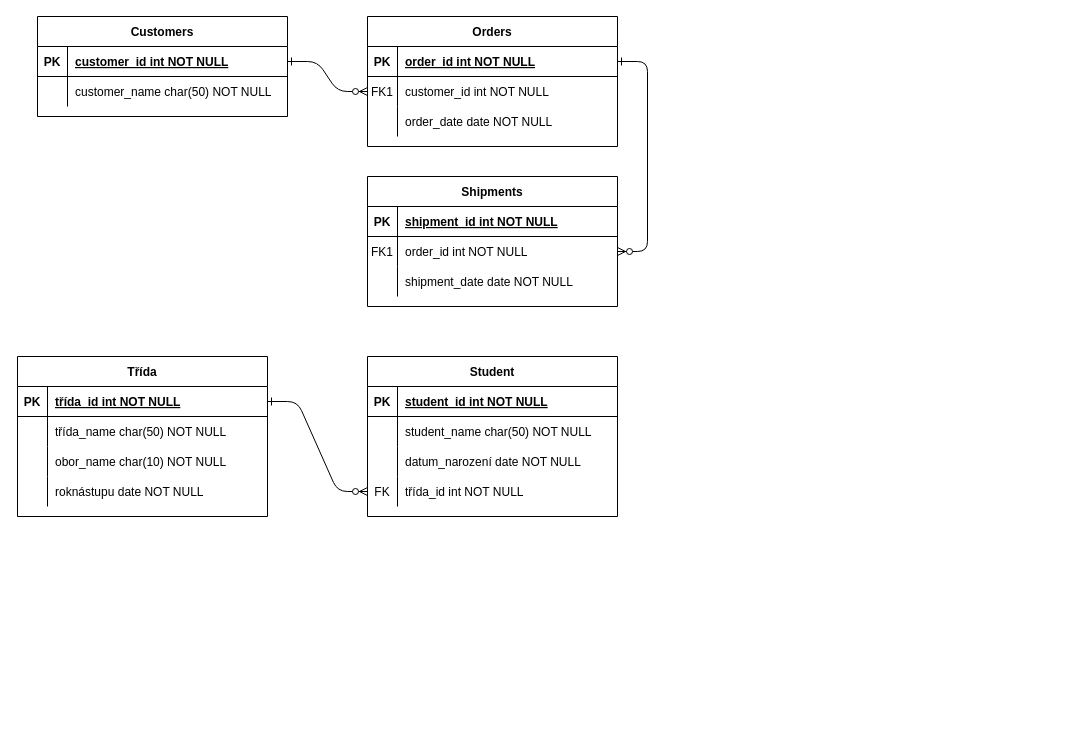
The draw.io diagram 2020_IT/Databaze/ER_diagram.drawio in JaroslavHolecek/SPS_for_students, before the edit. Source tidied: cells renumbered, new cells numbered last; positions are measured from the earlier drawing's top-left corner, leaving out a move shared by most shapes. Both pictures are drawn from the tidied source at 100%, with x=0, y=0 at pixel (17, 16).
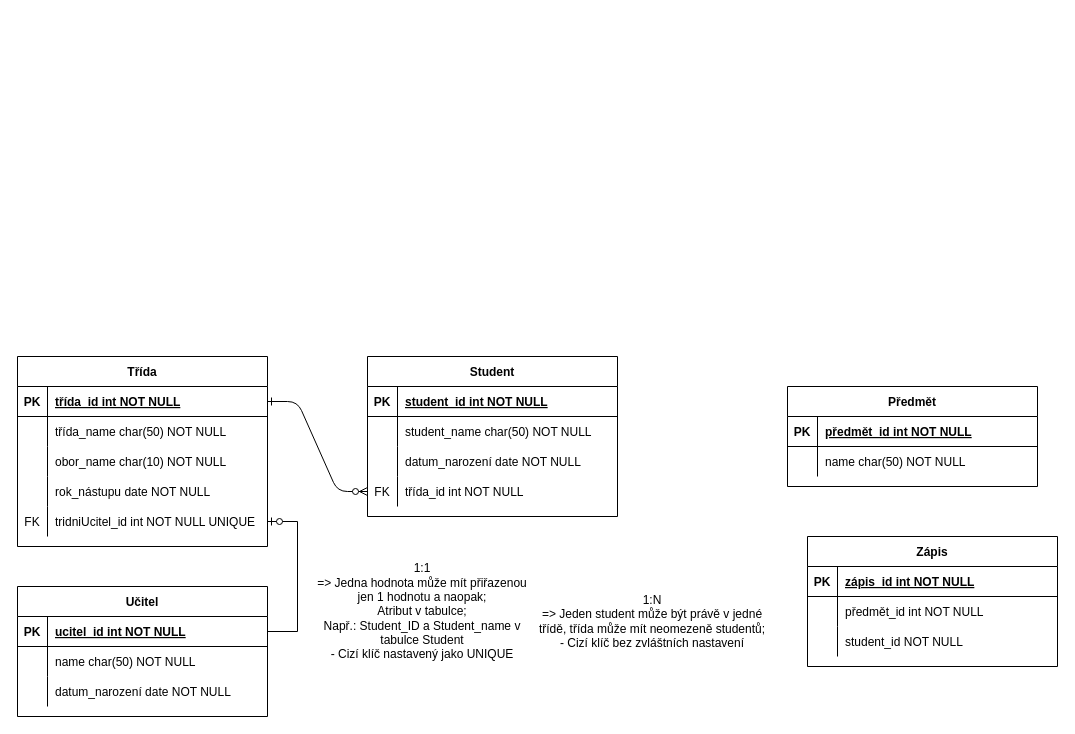
The same page after the edit.

The change refers to these unchanged cells:
```xml
<mxCell id="41" style="shape=partialRectangle;fillColor=none;top=0;left=0;right=0;bottom=0;" parent="31" vertex="1">
  <mxGeometry y="120" width="250" height="30" as="geometry" />
</mxCell>
```

The edit, as a diff of the source:
```diff
@@
-    <mxCell id="2" style="edgeStyle=entityRelationEdgeStyle;endArrow=ERzeroToMany;startArrow=ERone;endFill=1;startFill=0;" parent="1" edge="1" source="25" target="8">
-      <mxGeometry relative="1" as="geometry" />
-    </mxCell>
-    <mxCell id="3" style="edgeStyle=entityRelationEdgeStyle;endArrow=ERzeroToMany;startArrow=ERone;endFill=1;startFill=0;" parent="1" edge="1" source="5" target="18">
-      <mxGeometry relative="1" as="geometry" />
-    </mxCell>
-    <mxCell id="4" value="Orders" style="shape=table;startSize=30;childLayout=tableLayout;rowLines=0;fontStyle=1;align=center;" parent="1" vertex="1">
-      <mxGeometry x="350" width="250" height="130" as="geometry" />
-    </mxCell>
-    <mxCell id="5" style="shape=partialRectangle;fillColor=none;points=[[0,0.5],[1,0.5]];portConstraint=eastwest;top=0;left=0;right=0;bottom=1;" parent="4" vertex="1">
-      <mxGeometry y="30" width="250" height="30" as="geometry" />
-    </mxCell>
-    <mxCell id="6" value="PK" style="shape=partialRectangle;overflow=hidden;fillColor=none;top=0;left=0;bottom=0;right=0;fontStyle=1;" parent="5" vertex="1">
-      <mxGeometry width="30" height="30" as="geometry" />
-    </mxCell>
-    <mxCell id="7" value="order_id int NOT NULL " style="shape=partialRectangle;overflow=hidden;fillColor=none;top=0;left=0;bottom=0;right=0;align=left;spacingLeft=6;fontStyle=5;" parent="5" vertex="1">
-      <mxGeometry x="30" width="220" height="30" as="geometry" />
-    </mxCell>
-    <mxCell id="8" style="shape=partialRectangle;fillColor=none;points=[[0,0.5],[1,0.5]];portConstraint=eastwest;top=0;left=0;right=0;bottom=0;" parent="4" vertex="1">
-      <mxGeometry y="60" width="250" height="30" as="geometry" />
-    </mxCell>
-    <mxCell id="9" value="FK1" style="shape=partialRectangle;overflow=hidden;fillColor=none;top=0;left=0;bottom=0;right=0;" parent="8" vertex="1">
-      <mxGeometry width="30" height="30" as="geometry" />
-    </mxCell>
-    <mxCell id="10" value="customer_id int NOT NULL" style="shape=partialRectangle;overflow=hidden;fillColor=none;top=0;left=0;bottom=0;right=0;align=left;spacingLeft=6;" parent="8" vertex="1">
-      <mxGeometry x="30" width="220" height="30" as="geometry" />
-    </mxCell>
-    <mxCell id="11" style="shape=partialRectangle;fillColor=none;top=0;left=0;right=0;bottom=0;" parent="4" vertex="1">
-      <mxGeometry y="90" width="250" height="30" as="geometry" />
-    </mxCell>
-    <mxCell id="12" style="shape=partialRectangle;overflow=hidden;fillColor=none;top=0;left=0;bottom=0;right=0;" parent="11" vertex="1">
-      <mxGeometry width="30" height="30" as="geometry" />
-    </mxCell>
-    <mxCell id="13" value="order_date date NOT NULL" style="shape=partialRectangle;overflow=hidden;fillColor=none;top=0;left=0;bottom=0;right=0;align=left;spacingLeft=6;" parent="11" vertex="1">
-      <mxGeometry x="30" width="220" height="30" as="geometry" />
-    </mxCell>
-    <mxCell id="14" value="Shipments" style="shape=table;startSize=30;childLayout=tableLayout;rowLines=0;fontStyle=1;align=center;" parent="1" vertex="1">
-      <mxGeometry x="350" y="160" width="250" height="130" as="geometry" />
-    </mxCell>
-    <mxCell id="15" style="shape=partialRectangle;fillColor=none;top=0;left=0;right=0;bottom=1;" parent="14" vertex="1">
-      <mxGeometry y="30" width="250" height="30" as="geometry" />
-    </mxCell>
-    <mxCell id="16" value="PK" style="shape=partialRectangle;overflow=hidden;fillColor=none;top=0;left=0;bottom=0;right=0;fontStyle=1;" parent="15" vertex="1">
-      <mxGeometry width="30" height="30" as="geometry" />
-    </mxCell>
-    <mxCell id="17" value="shipment_id int NOT NULL " style="shape=partialRectangle;overflow=hidden;fillColor=none;top=0;left=0;bottom=0;right=0;align=left;spacingLeft=6;fontStyle=5;" parent="15" vertex="1">
-      <mxGeometry x="30" width="220" height="30" as="geometry" />
-    </mxCell>
-    <mxCell id="18" style="shape=partialRectangle;fillColor=none;points=[[0,0.5],[1,0.5]];portConstraint=eastwest;top=0;left=0;right=0;bottom=0;" parent="14" vertex="1">
-      <mxGeometry y="60" width="250" height="30" as="geometry" />
-    </mxCell>
-    <mxCell id="19" value="FK1" style="shape=partialRectangle;overflow=hidden;fillColor=none;top=0;left=0;bottom=0;right=0;" parent="18" vertex="1">
-      <mxGeometry width="30" height="30" as="geometry" />
-    </mxCell>
-    <mxCell id="20" value="order_id int NOT NULL" style="shape=partialRectangle;overflow=hidden;fillColor=none;top=0;left=0;bottom=0;right=0;align=left;spacingLeft=6;" parent="18" vertex="1">
-      <mxGeometry x="30" width="220" height="30" as="geometry" />
-    </mxCell>
-    <mxCell id="21" style="shape=partialRectangle;fillColor=none;top=0;left=0;right=0;bottom=0;" parent="14" vertex="1">
-      <mxGeometry y="90" width="250" height="30" as="geometry" />
-    </mxCell>
-    <mxCell id="22" style="shape=partialRectangle;overflow=hidden;fillColor=none;top=0;left=0;bottom=0;right=0;" parent="21" vertex="1">
-      <mxGeometry width="30" height="30" as="geometry" />
-    </mxCell>
-    <mxCell id="23" value="shipment_date date NOT NULL" style="shape=partialRectangle;overflow=hidden;fillColor=none;top=0;left=0;bottom=0;right=0;align=left;spacingLeft=6;" parent="21" vertex="1">
-      <mxGeometry x="30" width="220" height="30" as="geometry" />
-    </mxCell>
-    <mxCell id="24" value="Customers" style="shape=table;startSize=30;childLayout=tableLayout;rowLines=0;fontStyle=1;align=center;" parent="1" vertex="1">
-      <mxGeometry x="20" width="250" height="100" as="geometry" />
-    </mxCell>
-    <mxCell id="25" style="shape=partialRectangle;fillColor=none;points=[[0,0.5],[1,0.5]];portConstraint=eastwest;top=0;left=0;right=0;bottom=1;" parent="24" vertex="1">
-      <mxGeometry y="30" width="250" height="30" as="geometry" />
-    </mxCell>
-    <mxCell id="26" value="PK" style="shape=partialRectangle;overflow=hidden;fillColor=none;top=0;left=0;bottom=0;right=0;fontStyle=1;" parent="25" vertex="1">
-      <mxGeometry width="30" height="30" as="geometry" />
-    </mxCell>
-    <mxCell id="27" value="customer_id int NOT NULL " style="shape=partialRectangle;overflow=hidden;fillColor=none;top=0;left=0;bottom=0;right=0;align=left;spacingLeft=6;fontStyle=5;" parent="25" vertex="1">
-      <mxGeometry x="30" width="220" height="30" as="geometry" />
-    </mxCell>
-    <mxCell id="28" style="shape=partialRectangle;fillColor=none;top=0;left=0;right=0;bottom=0;" parent="24" vertex="1">
-      <mxGeometry y="60" width="250" height="30" as="geometry" />
-    </mxCell>
-    <mxCell id="29" style="shape=partialRectangle;overflow=hidden;fillColor=none;top=0;left=0;bottom=0;right=0;" parent="28" vertex="1">
-      <mxGeometry width="30" height="30" as="geometry" />
-    </mxCell>
-    <mxCell id="30" value="customer_name char(50) NOT NULL" style="shape=partialRectangle;overflow=hidden;fillColor=none;top=0;left=0;bottom=0;right=0;align=left;spacingLeft=6;" parent="28" vertex="1">
-      <mxGeometry x="30" width="220" height="30" as="geometry" />
-    </mxCell>
     <mxCell id="31" value="Třída" style="shape=table;startSize=30;childLayout=tableLayout;rowLines=0;fontStyle=1;align=center;" parent="1" vertex="1">
-      <mxGeometry y="340" width="250" height="160" as="geometry" />
+      <mxGeometry y="340" width="250" height="190" as="geometry" />
     </mxCell>
@@
-    <mxCell id="43" value="roknástupu date NOT NULL" style="shape=partialRectangle;overflow=hidden;fillColor=none;top=0;left=0;bottom=0;right=0;align=left;spacingLeft=6;" parent="41" vertex="1">
+    <mxCell id="43" value="rok_nástupu date NOT NULL" style="shape=partialRectangle;overflow=hidden;fillColor=none;top=0;left=0;bottom=0;right=0;align=left;spacingLeft=6;" parent="41" vertex="1">
       <mxGeometry x="30" width="220" height="30" as="geometry" />
     </mxCell>
+    <mxCell id="58" style="shape=partialRectangle;fillColor=none;points=[[0,0.5],[1,0.5]];portConstraint=eastwest;top=0;left=0;right=0;bottom=0;" parent="31" vertex="1">
+      <mxGeometry y="150" width="250" height="30" as="geometry" />
+    </mxCell>
+    <mxCell id="59" value="FK" style="shape=partialRectangle;overflow=hidden;fillColor=none;top=0;left=0;bottom=0;right=0;" parent="58" vertex="1">
+      <mxGeometry width="30" height="30" as="geometry" />
+    </mxCell>
+    <mxCell id="60" value="tridniUcitel_id int NOT NULL UNIQUE" style="shape=partialRectangle;overflow=hidden;fillColor=none;top=0;left=0;bottom=0;right=0;align=left;spacingLeft=6;" parent="58" vertex="1">
+      <mxGeometry x="30" width="220" height="30" as="geometry" />
+    </mxCell>
@@
+    <mxCell id="61" value="1:1&lt;br&gt;=&amp;gt; Jedna hodnota může mít přiřazenou jen 1 hodnotu a naopak;&lt;br&gt;Atribut v tabulce;&lt;br&gt;Např.: Student_ID a Student_name v tabulce Student&lt;br&gt;- Cizí klíč nastavený jako UNIQUE" style="text;html=1;strokeColor=none;fillColor=none;align=center;verticalAlign=middle;whiteSpace=wrap;rounded=0;" parent="1" vertex="1">
+      <mxGeometry x="290" y="530" width="230" height="130" as="geometry" />
+    </mxCell>
+    <mxCell id="62" value="Učitel" style="shape=table;startSize=30;childLayout=tableLayout;rowLines=0;fontStyle=1;align=center;" parent="1" vertex="1">
+      <mxGeometry y="570" width="250" height="130" as="geometry" />
+    </mxCell>
+    <mxCell id="63" style="shape=partialRectangle;fillColor=none;points=[[0,0.5],[1,0.5]];portConstraint=eastwest;top=0;left=0;right=0;bottom=1;" parent="62" vertex="1">
+      <mxGeometry y="30" width="250" height="30" as="geometry" />
+    </mxCell>
+    <mxCell id="64" value="PK" style="shape=partialRectangle;overflow=hidden;fillColor=none;top=0;left=0;bottom=0;right=0;fontStyle=1;" parent="63" vertex="1">
+      <mxGeometry width="30" height="30" as="geometry" />
+    </mxCell>
+    <mxCell id="65" value="ucitel_id int NOT NULL " style="shape=partialRectangle;overflow=hidden;fillColor=none;top=0;left=0;bottom=0;right=0;align=left;spacingLeft=6;fontStyle=5;" parent="63" vertex="1">
+      <mxGeometry x="30" width="220" height="30" as="geometry" />
+    </mxCell>
+    <mxCell id="66" style="shape=partialRectangle;fillColor=none;top=0;left=0;right=0;bottom=0;" parent="62" vertex="1">
+      <mxGeometry y="60" width="250" height="30" as="geometry" />
+    </mxCell>
+    <mxCell id="67" style="shape=partialRectangle;overflow=hidden;fillColor=none;top=0;left=0;bottom=0;right=0;" parent="66" vertex="1">
+      <mxGeometry width="30" height="30" as="geometry" />
+    </mxCell>
+    <mxCell id="68" value="name char(50) NOT NULL" style="shape=partialRectangle;overflow=hidden;fillColor=none;top=0;left=0;bottom=0;right=0;align=left;spacingLeft=6;" parent="66" vertex="1">
+      <mxGeometry x="30" width="220" height="30" as="geometry" />
+    </mxCell>
+    <mxCell id="69" style="shape=partialRectangle;fillColor=none;top=0;left=0;right=0;bottom=0;" parent="62" vertex="1">
+      <mxGeometry y="90" width="250" height="30" as="geometry" />
+    </mxCell>
+    <mxCell id="70" style="shape=partialRectangle;overflow=hidden;fillColor=none;top=0;left=0;bottom=0;right=0;" parent="69" vertex="1">
+      <mxGeometry width="30" height="30" as="geometry" />
+    </mxCell>
+    <mxCell id="71" value="datum_narození date NOT NULL" style="shape=partialRectangle;overflow=hidden;fillColor=none;top=0;left=0;bottom=0;right=0;align=left;spacingLeft=6;" parent="69" vertex="1">
+      <mxGeometry x="30" width="220" height="30" as="geometry" />
+    </mxCell>
+    <mxCell id="72" style="edgeStyle=entityRelationEdgeStyle;fontSize=12;html=1;endArrow=ERzeroToOne;endFill=1;rounded=0;" parent="1" edge="1" source="63" target="58">
+      <mxGeometry relative="1" as="geometry" />
+    </mxCell>
+    <mxCell id="73" value="1:N&lt;br&gt;=&amp;gt; Jeden student může být právě v jedné třídě, třída může mít neomezeně studentů;&lt;br&gt;- Cizí klíč bez zvláštních nastavení" style="text;html=1;strokeColor=none;fillColor=none;align=center;verticalAlign=middle;whiteSpace=wrap;rounded=0;" parent="1" vertex="1">
+      <mxGeometry x="520" y="540" width="230" height="130" as="geometry" />
+    </mxCell>
+    <mxCell id="74" value="Předmět" style="shape=table;startSize=30;childLayout=tableLayout;rowLines=0;fontStyle=1;align=center;" parent="1" vertex="1">
+      <mxGeometry x="770" y="370" width="250" height="100" as="geometry" />
+    </mxCell>
+    <mxCell id="75" style="shape=partialRectangle;fillColor=none;top=0;left=0;right=0;bottom=1;" parent="74" vertex="1">
+      <mxGeometry y="30" width="250" height="30" as="geometry" />
+    </mxCell>
+    <mxCell id="76" value="PK" style="shape=partialRectangle;overflow=hidden;fillColor=none;top=0;left=0;bottom=0;right=0;fontStyle=1;" parent="75" vertex="1">
+      <mxGeometry width="30" height="30" as="geometry" />
+    </mxCell>
+    <mxCell id="77" value="předmět_id int NOT NULL " style="shape=partialRectangle;overflow=hidden;fillColor=none;top=0;left=0;bottom=0;right=0;align=left;spacingLeft=6;fontStyle=5;" parent="75" vertex="1">
+      <mxGeometry x="30" width="220" height="30" as="geometry" />
+    </mxCell>
+    <mxCell id="78" style="shape=partialRectangle;fillColor=none;top=0;left=0;right=0;bottom=0;" parent="74" vertex="1">
+      <mxGeometry y="60" width="250" height="30" as="geometry" />
+    </mxCell>
+    <mxCell id="79" style="shape=partialRectangle;overflow=hidden;fillColor=none;top=0;left=0;bottom=0;right=0;" parent="78" vertex="1">
+      <mxGeometry width="30" height="30" as="geometry" />
+    </mxCell>
+    <mxCell id="80" value="name char(50) NOT NULL" style="shape=partialRectangle;overflow=hidden;fillColor=none;top=0;left=0;bottom=0;right=0;align=left;spacingLeft=6;" parent="78" vertex="1">
+      <mxGeometry x="30" width="220" height="30" as="geometry" />
+    </mxCell>
+    <mxCell id="81" value="Zápis" style="shape=table;startSize=30;childLayout=tableLayout;rowLines=0;fontStyle=1;align=center;" parent="1" vertex="1">
+      <mxGeometry x="790" y="520" width="250" height="130" as="geometry" />
+    </mxCell>
+    <mxCell id="82" style="shape=partialRectangle;fillColor=none;top=0;left=0;right=0;bottom=1;" parent="81" vertex="1">
+      <mxGeometry y="30" width="250" height="30" as="geometry" />
+    </mxCell>
+    <mxCell id="83" value="PK" style="shape=partialRectangle;overflow=hidden;fillColor=none;top=0;left=0;bottom=0;right=0;fontStyle=1;" parent="82" vertex="1">
+      <mxGeometry width="30" height="30" as="geometry" />
+    </mxCell>
+    <mxCell id="84" value="zápis_id int NOT NULL " style="shape=partialRectangle;overflow=hidden;fillColor=none;top=0;left=0;bottom=0;right=0;align=left;spacingLeft=6;fontStyle=5;" parent="82" vertex="1">
+      <mxGeometry x="30" width="220" height="30" as="geometry" />
+    </mxCell>
+    <mxCell id="85" style="shape=partialRectangle;fillColor=none;top=0;left=0;right=0;bottom=0;" parent="81" vertex="1">
+      <mxGeometry y="60" width="250" height="30" as="geometry" />
+    </mxCell>
+    <mxCell id="86" style="shape=partialRectangle;overflow=hidden;fillColor=none;top=0;left=0;bottom=0;right=0;" parent="85" vertex="1">
+      <mxGeometry width="30" height="30" as="geometry" />
+    </mxCell>
+    <mxCell id="87" value="předmět_id int NOT NULL" style="shape=partialRectangle;overflow=hidden;fillColor=none;top=0;left=0;bottom=0;right=0;align=left;spacingLeft=6;" parent="85" vertex="1">
+      <mxGeometry x="30" width="220" height="30" as="geometry" />
+    </mxCell>
+    <mxCell id="88" style="shape=partialRectangle;fillColor=none;top=0;left=0;right=0;bottom=0;" parent="81" vertex="1">
+      <mxGeometry y="90" width="250" height="30" as="geometry" />
+    </mxCell>
+    <mxCell id="89" style="shape=partialRectangle;overflow=hidden;fillColor=none;top=0;left=0;bottom=0;right=0;" parent="88" vertex="1">
+      <mxGeometry width="30" height="30" as="geometry" />
+    </mxCell>
+    <mxCell id="90" value="student_id NOT NULL" style="shape=partialRectangle;overflow=hidden;fillColor=none;top=0;left=0;bottom=0;right=0;align=left;spacingLeft=6;" parent="88" vertex="1">
+      <mxGeometry x="30" width="220" height="30" as="geometry" />
+    </mxCell>
```
